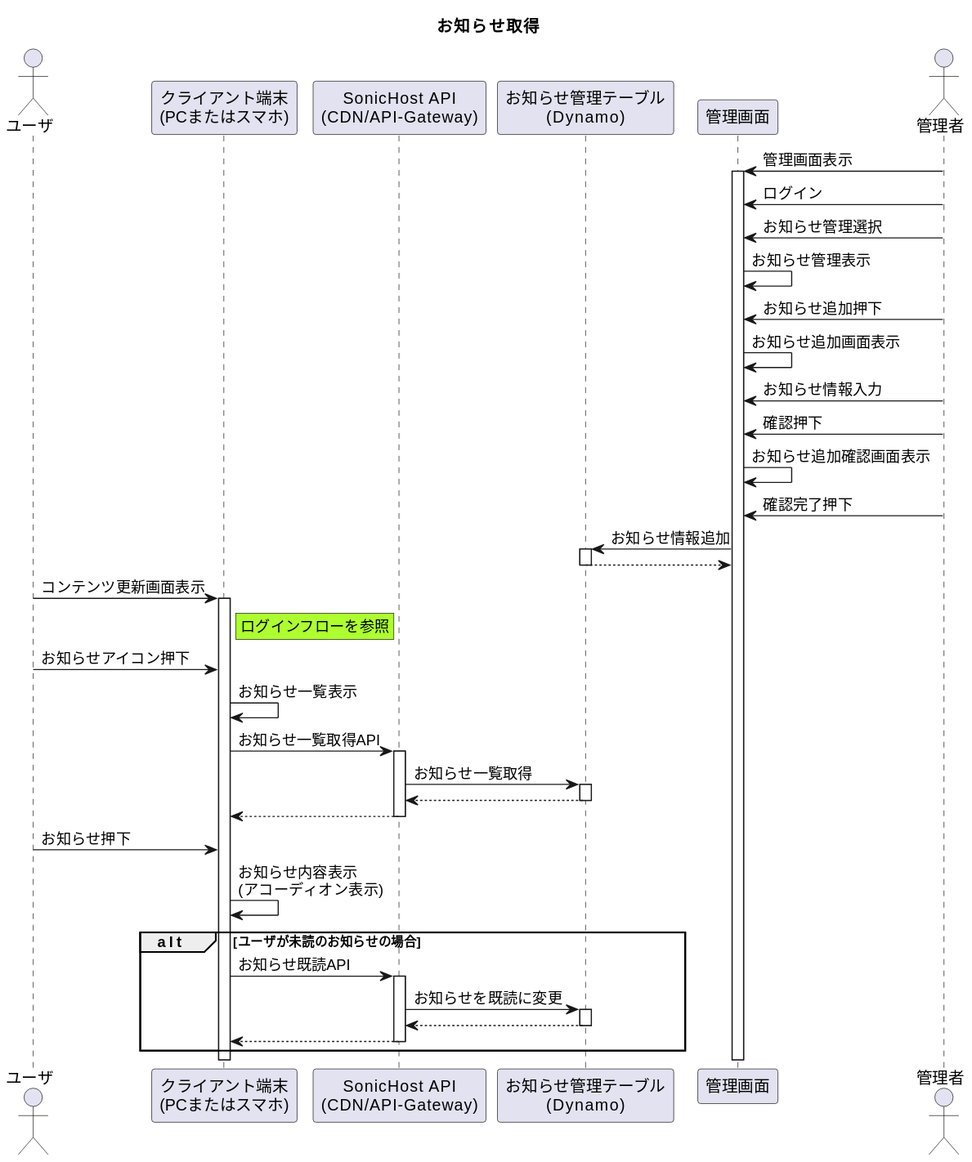
This is 01_Sequences/04_Notification/01_getNotificationFlow/getNotificationFlow.svg from Sonic-Host/documents, a PlantUML export, as it was before one commit.
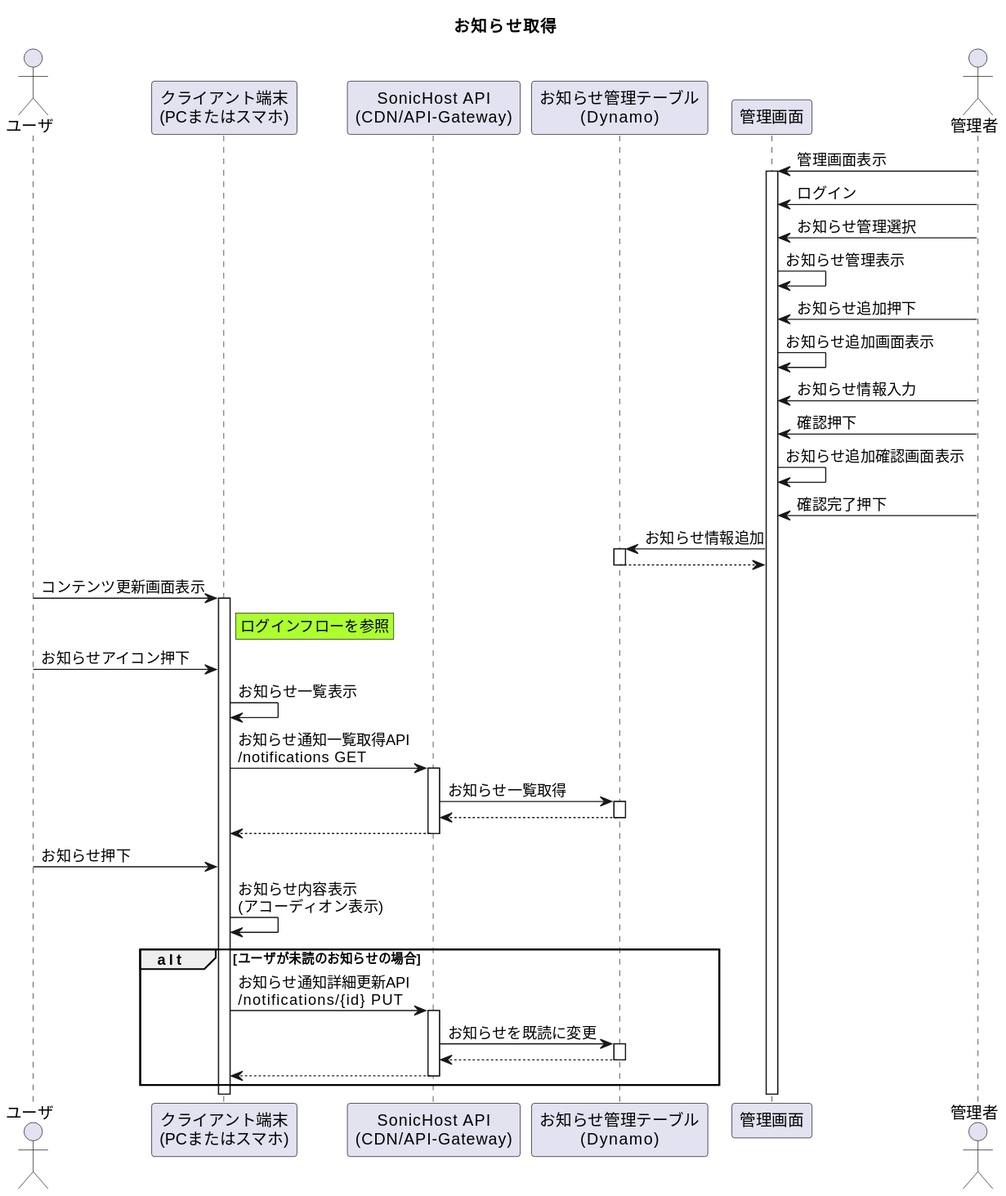
The same diagram one commit later.

Change to the diagram source:
```diff
@@ -30,14 +30,14 @@
 end note
 user -> device : お知らせアイコン押下
 device -> device : お知らせ一覧表示
-device -> api ++ : お知らせ一覧取得API
+device -> api ++ : お知らせ通知一覧取得API \n/notifications GET
 api -> dynamo ++ : お知らせ一覧取得
 api <-- dynamo --
 device <-- api --
 user -> device : お知らせ押下
 device -> device : お知らせ内容表示\n(アコーディオン表示)
 alt ユーザが未読のお知らせの場合
-    device -> api ++ : お知らせ既読API
+    device -> api ++ : お知らせ通知詳細更新API \n/notifications/{id} PUT
     api -> dynamo ++ : お知らせを既読に変更
     api <-- dynamo --
     device <-- api --
```
